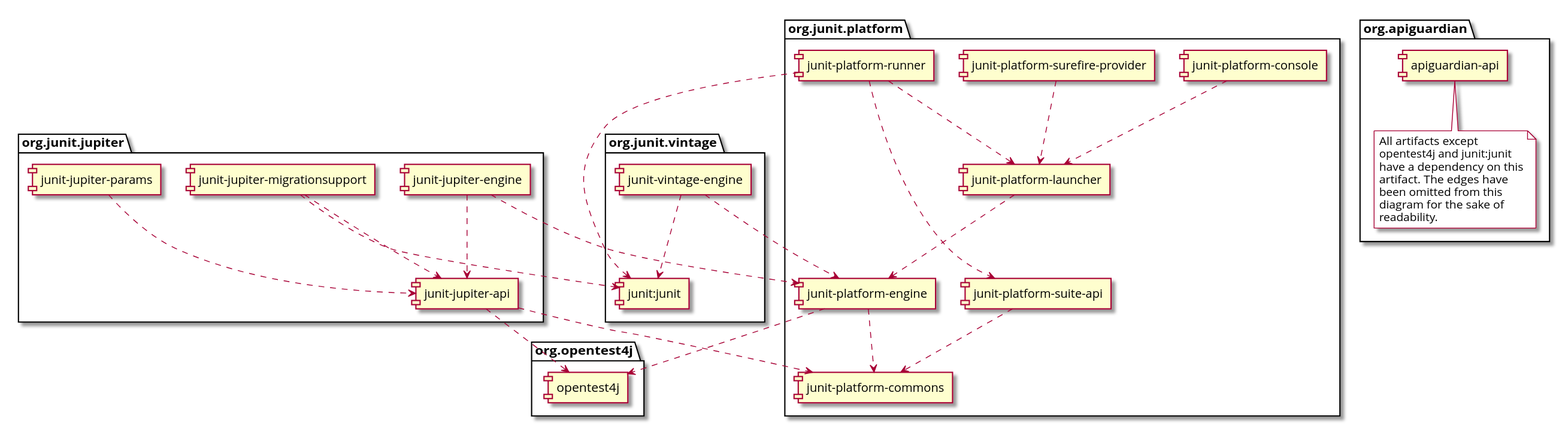
This is docs/snapshot/user-guide/images/component-diagram.svg from junit-team/junit5, a PlantUML export, as it was before one commit. Its diagram source:
```plantuml
@startuml
skinparam {
    defaultFontName Open Sans
}

package org.junit.jupiter {
    [junit-jupiter-api] as jupiter_api
    [junit-jupiter-engine] as jupiter_engine
    [junit-jupiter-params] as jupiter_params
    [junit-jupiter-migrationsupport] as jupiter_migration_support
}

package org.junit.vintage {
    [junit-vintage-engine] as vintage_engine
    [junit:junit] as junit4
}

package org.junit.platform {
    [junit-platform-commons] as commons
    [junit-platform-console] as console
    [junit-platform-engine] as engine
    [junit-platform-launcher] as launcher
    [junit-platform-runner] as runner
    [junit-platform-suite-api] as suite_api
    [junit-platform-surefire-provider] as surefire
}

package org.opentest4j {
    [opentest4j]
}

package org.apiguardian {
    [apiguardian-api] as apiguardian
    note bottom of apiguardian #white
        All artifacts except
        opentest4j and junit:junit
        have a dependency on this
        artifact. The edges have
        been omitted from this
        diagram for the sake of
        readability.
    endnote
}

jupiter_api ..> opentest4j
jupiter_api ..> commons

jupiter_engine ..> engine
jupiter_engine ..> jupiter_api

jupiter_params ..> jupiter_api
jupiter_migration_support ..> jupiter_api
jupiter_migration_support ..> junit4

console ..> launcher

launcher ..> engine

engine ..> opentest4j
engine ..> commons

runner ..> launcher
runner ..> suite_api
runner ..> junit4

suite_api ..> commons

surefire ..> launcher

vintage_engine ..> engine
vintage_engine ..> junit4
@enduml
```
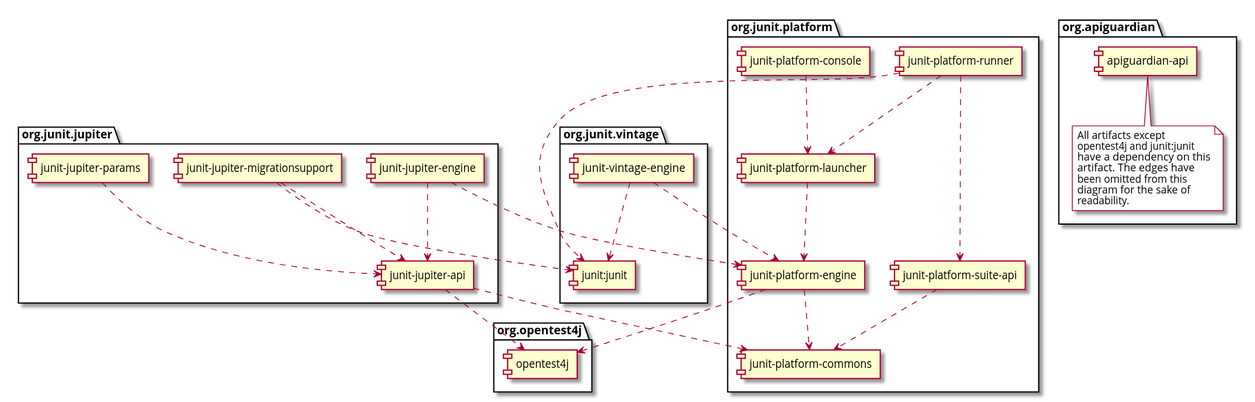
After the change.

The edit, as a diff of the source:
```diff
@@ -22,7 +22,6 @@
     [junit-platform-launcher] as launcher
     [junit-platform-runner] as runner
     [junit-platform-suite-api] as suite_api
-    [junit-platform-surefire-provider] as surefire
 }
 
 package org.opentest4j {
@@ -65,8 +64,6 @@
 
 suite_api ..> commons
 
-surefire ..> launcher
-
 vintage_engine ..> engine
 vintage_engine ..> junit4
 @enduml
```
